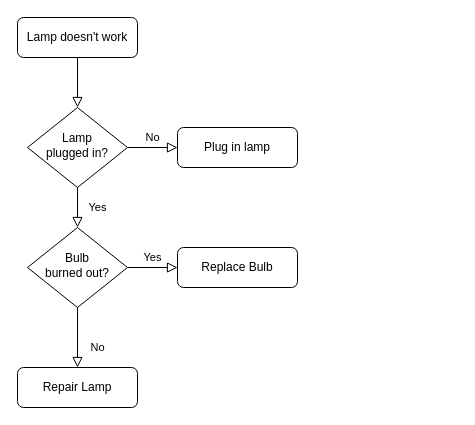
This is Diagrama de Diseño Relacional ACME.drawio from MichelAdrianTorradoRoa/SISTEMA_DE_CONTROL_DE_ACCESO_PARA_EL_COMPLEJO_EMPRESARIAL_ZONA_ACME, a draw.io file, before an edit. Source tidied: cells renumbered, new cells numbered last; positions are measured from the earlier drawing's top-left corner, leaving out a move shared by most shapes. Both pictures are drawn from the tidied source at 100%, with x=0, y=0 at pixel (17, 17).
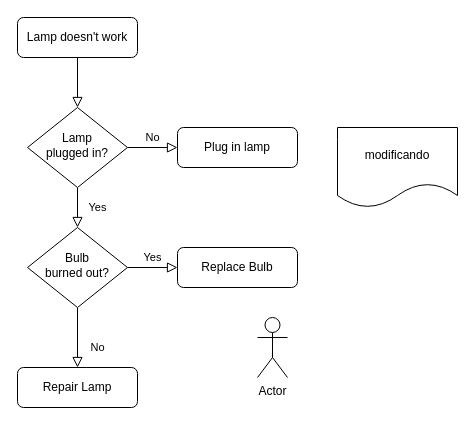
The same page after the edit.

The edit, as a diff of the source:
```diff
@@
 <mxGraphModel>
   <root>
     <mxCell id="0" />
     <mxCell id="1" parent="0" />
     <mxCell id="2" style="rounded=0;html=1;jettySize=auto;fontSize=11;endArrow=block;endFill=0;endSize=8;strokeWidth=1;shadow=0;labelBackgroundColor=none;edgeStyle=orthogonalEdgeStyle;" parent="1" edge="1" source="3" target="6">
       <mxGeometry relative="1" as="geometry" />
     </mxCell>
     <mxCell id="3" value="Lamp doesn't work" style="rounded=1;whiteSpace=wrap;html=1;fontSize=12;glass=0;strokeWidth=1;shadow=0;" parent="1" vertex="1">
       <mxGeometry width="120" height="40" as="geometry" />
     </mxCell>
     <mxCell id="4" value="Yes" style="rounded=0;html=1;jettySize=auto;fontSize=11;endArrow=block;endFill=0;endSize=8;strokeWidth=1;shadow=0;labelBackgroundColor=none;edgeStyle=orthogonalEdgeStyle;" parent="1" edge="1" source="6" target="10">
       <mxGeometry y="20" relative="1" as="geometry" />
     </mxCell>
     <mxCell id="5" value="No" style="edgeStyle=orthogonalEdgeStyle;rounded=0;html=1;jettySize=auto;fontSize=11;endArrow=block;endFill=0;endSize=8;strokeWidth=1;shadow=0;labelBackgroundColor=none;" parent="1" edge="1" source="6" target="7">
       <mxGeometry y="10" relative="1" as="geometry" />
     </mxCell>
     <mxCell id="6" value="Lamp&lt;br&gt;plugged in?" style="rhombus;whiteSpace=wrap;html=1;shadow=0;fontFamily=Helvetica;fontSize=12;align=center;strokeWidth=1;spacing=6;spacingTop=-4;" parent="1" vertex="1">
       <mxGeometry x="10" y="90" width="100" height="80" as="geometry" />
     </mxCell>
     <mxCell id="7" value="Plug in lamp" style="rounded=1;whiteSpace=wrap;html=1;fontSize=12;glass=0;strokeWidth=1;shadow=0;" parent="1" vertex="1">
       <mxGeometry x="160" y="110" width="120" height="40" as="geometry" />
     </mxCell>
     <mxCell id="8" value="No" style="rounded=0;html=1;jettySize=auto;fontSize=11;endArrow=block;endFill=0;endSize=8;strokeWidth=1;shadow=0;labelBackgroundColor=none;edgeStyle=orthogonalEdgeStyle;" parent="1" edge="1" source="10" target="11">
       <mxGeometry x="0.33" y="20" relative="1" as="geometry" />
     </mxCell>
     <mxCell id="9" value="Yes" style="edgeStyle=orthogonalEdgeStyle;rounded=0;html=1;jettySize=auto;fontSize=11;endArrow=block;endFill=0;endSize=8;strokeWidth=1;shadow=0;labelBackgroundColor=none;" parent="1" edge="1" source="10" target="12">
       <mxGeometry y="10" relative="1" as="geometry" />
     </mxCell>
     <mxCell id="10" value="Bulb&lt;br&gt;burned out?" style="rhombus;whiteSpace=wrap;html=1;shadow=0;fontFamily=Helvetica;fontSize=12;align=center;strokeWidth=1;spacing=6;spacingTop=-4;" parent="1" vertex="1">
       <mxGeometry x="10" y="210" width="100" height="80" as="geometry" />
     </mxCell>
     <mxCell id="11" value="Repair Lamp" style="rounded=1;whiteSpace=wrap;html=1;fontSize=12;glass=0;strokeWidth=1;shadow=0;" parent="1" vertex="1">
       <mxGeometry y="350" width="120" height="40" as="geometry" />
     </mxCell>
     <mxCell id="12" value="Replace Bulb" style="rounded=1;whiteSpace=wrap;html=1;fontSize=12;glass=0;strokeWidth=1;shadow=0;" parent="1" vertex="1">
       <mxGeometry x="160" y="230" width="120" height="40" as="geometry" />
     </mxCell>
+    <mxCell id="13" value="modificando" style="shape=document;whiteSpace=wrap;html=1;boundedLbl=1;" parent="1" vertex="1">
+      <mxGeometry x="320" y="110" width="120" height="80" as="geometry" />
+    </mxCell>
+    <mxCell id="14" value="Actor" style="shape=umlActor;verticalLabelPosition=bottom;verticalAlign=top;html=1;" parent="1" vertex="1">
+      <mxGeometry x="240" y="300" width="30" height="60" as="geometry" />
+    </mxCell>
   </root>
 </mxGraphModel>
```
